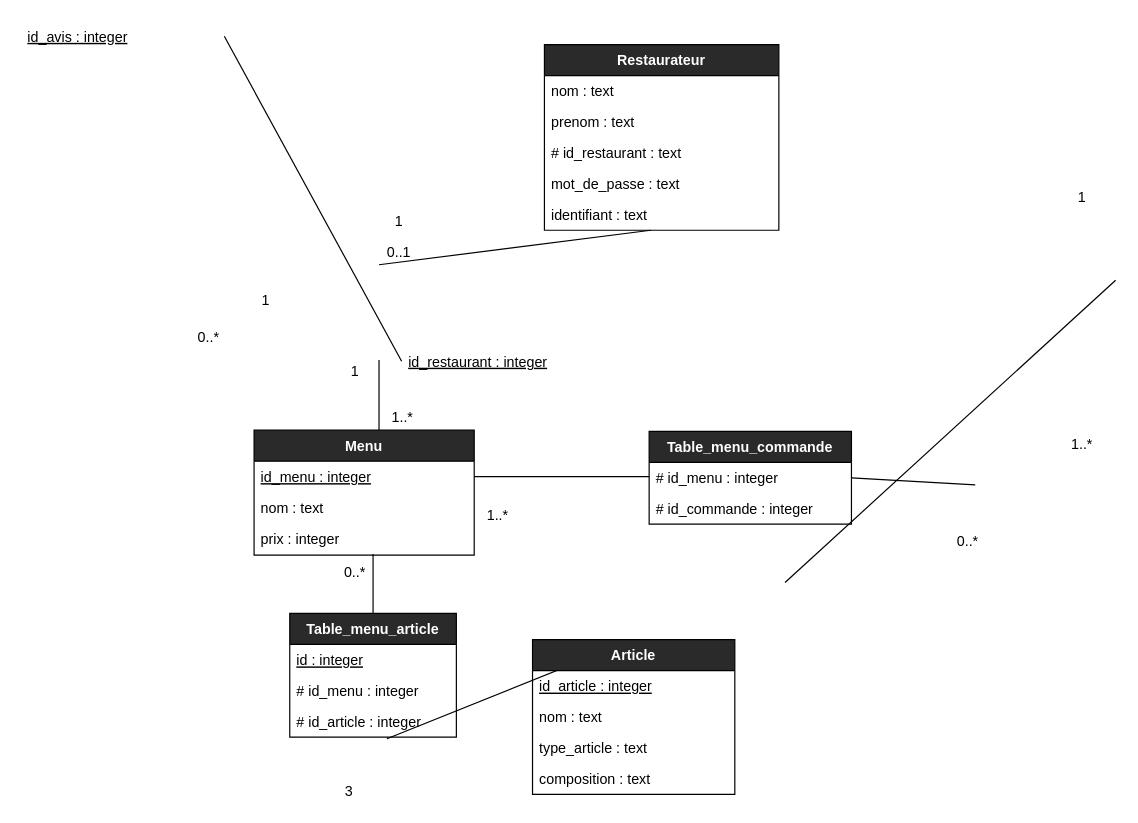
TheAIWizard/Ensaeats keeps this draw.io diagram as diagrammes/diagramme_logique.drawio. Above is the earlier version. Source tidied: cells renumbered, new cells numbered last; positions are measured from the earlier drawing's top-left corner, leaving out a move shared by most shapes. Both pictures are drawn from the tidied source at 119%, with x=0, y=0 at pixel (20, 20).
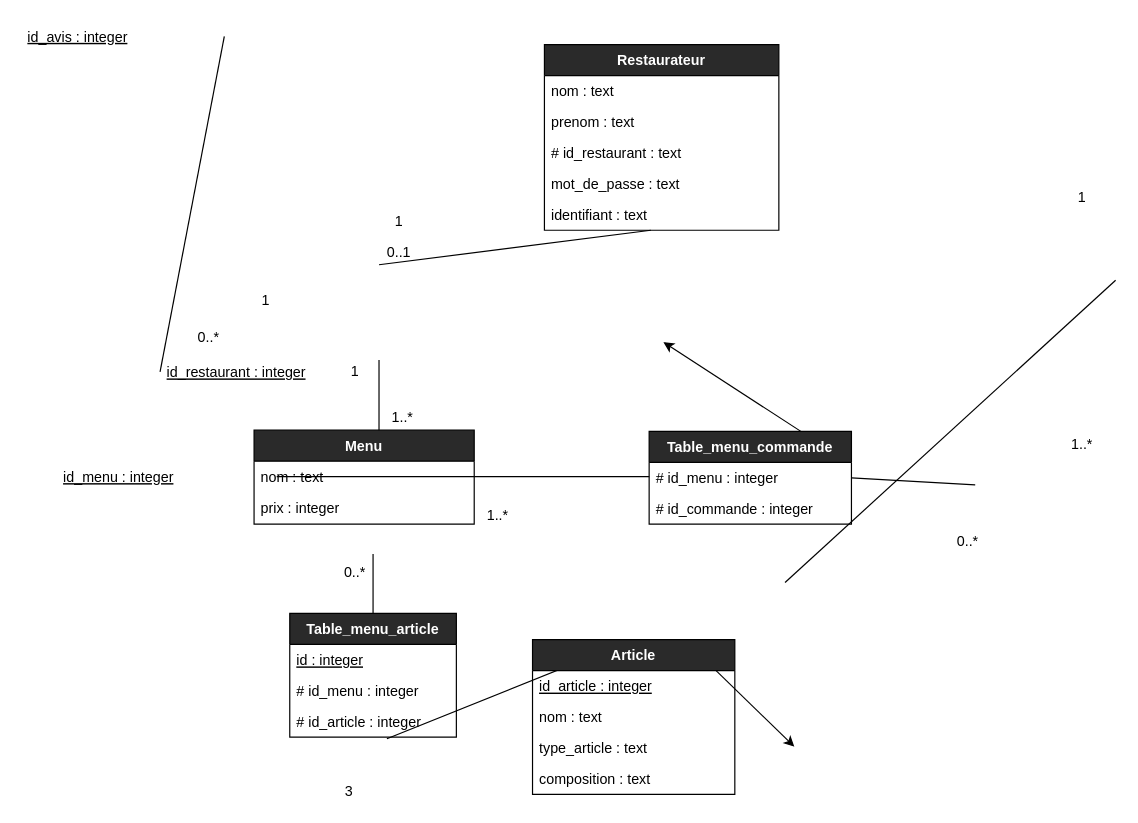
The same diagram, later.

Commit message:
diag logiq

Unchanged cells that the change refers to:
```xml
<mxCell id="23" value="Article" style="swimlane;fontStyle=1;horizontal=1;startSize=26;rounded=0;shadow=0;glass=0;sketch=0;fillColor=#2a2a2a;fontColor=#FFFFFF;" parent="1" vertex="1">
  <mxGeometry x="430" y="520" width="170" height="130" as="geometry" />
</mxCell>
<mxCell id="39" value="Table_menu_commande" style="swimlane;fontStyle=1;horizontal=1;startSize=26;rounded=0;shadow=0;glass=0;sketch=0;fillColor=#2a2a2a;fontColor=#FFFFFF;" parent="1" vertex="1">
  <mxGeometry x="528" y="345" width="170" height="78" as="geometry" />
</mxCell>
```

Diff of the diagram source:
```diff
@@
     <mxCell id="15" value="Menu" style="swimlane;fontStyle=1;horizontal=1;startSize=26;rounded=0;shadow=0;glass=0;sketch=0;fillColor=#2a2a2a;fontColor=#FFFFFF;" parent="1" vertex="1">
-      <mxGeometry x="196" y="344" width="185" height="105" as="geometry" />
+      <mxGeometry x="196" y="344" width="185" height="79" as="geometry" />
     </mxCell>
-    <mxCell id="16" value="id_menu : integer" style="text;strokeColor=none;fillColor=none;align=left;verticalAlign=top;spacingLeft=4;spacingRight=4;overflow=hidden;points=[[0,0.5],[1,0.5]];portConstraint=eastwest;fontStyle=4;fontColor=#000000;" parent="15" vertex="1">
-      <mxGeometry y="26" width="185" height="26" as="geometry" />
-    </mxCell>
     <mxCell id="17" value="nom : text" style="text;strokeColor=none;fillColor=none;align=left;verticalAlign=top;spacingLeft=4;spacingRight=4;overflow=hidden;fontColor=#000000;" parent="15" vertex="1">
-      <mxGeometry y="52" width="185" height="26" as="geometry" />
+      <mxGeometry y="26" width="185" height="26" as="geometry" />
     </mxCell>
     <mxCell id="18" value="prix : integer" style="text;strokeColor=none;fillColor=none;align=left;verticalAlign=top;spacingLeft=4;spacingRight=4;overflow=hidden;fontColor=#000000;" parent="15" vertex="1">
-      <mxGeometry y="78" width="185" height="27" as="geometry" />
+      <mxGeometry y="52" width="185" height="27" as="geometry" />
     </mxCell>
@@
+    <mxCell id="48" style="edgeStyle=none;html=1;exitX=0.75;exitY=0;exitDx=0;exitDy=0;" parent="1" edge="1" source="23">
+      <mxGeometry relative="1" as="geometry">
+        <mxPoint x="650" y="610" as="targetPoint" />
+      </mxGeometry>
+    </mxCell>
@@
+    <mxCell id="49" style="edgeStyle=none;html=1;exitX=0.75;exitY=0;exitDx=0;exitDy=0;" parent="1" edge="1" source="39">
+      <mxGeometry relative="1" as="geometry">
+        <mxPoint x="540" y="270" as="targetPoint" />
+      </mxGeometry>
+    </mxCell>
@@
     <mxCell id="47" value="id_restaurant : integer" style="text;strokeColor=none;fillColor=none;align=left;verticalAlign=top;spacingLeft=4;spacingRight=4;overflow=hidden;points=[[0,0.5],[1,0.5]];portConstraint=eastwest;fontStyle=4;fontColor=#000000;" parent="1" vertex="1">
-      <mxGeometry x="320" y="273" width="178" height="26" as="geometry" />
+      <mxGeometry x="117" y="282" width="178" height="26" as="geometry" />
     </mxCell>
+    <mxCell id="16" value="id_menu : integer" style="text;strokeColor=none;fillColor=none;align=left;verticalAlign=top;spacingLeft=4;spacingRight=4;overflow=hidden;points=[[0,0.5],[1,0.5]];portConstraint=eastwest;fontStyle=4;fontColor=#000000;" parent="1" vertex="1">
+      <mxGeometry x="30" y="370" width="185" height="26" as="geometry" />
+    </mxCell>
```
